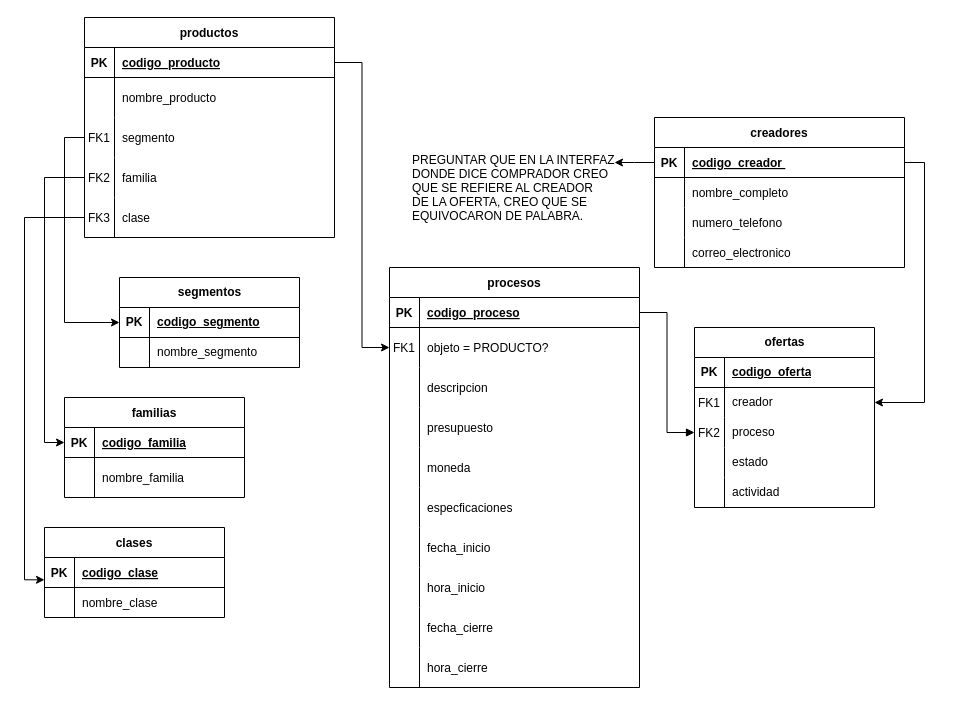
Earlier version of the draw.io diagram Diagrama sin título.drawio (manueld1az/IMC). Source tidied: cells renumbered, new cells numbered last; positions are measured from the earlier drawing's top-left corner, leaving out a move shared by most shapes. Both pictures are drawn from the tidied source at 100%, with x=0, y=0 at pixel (44, 17).
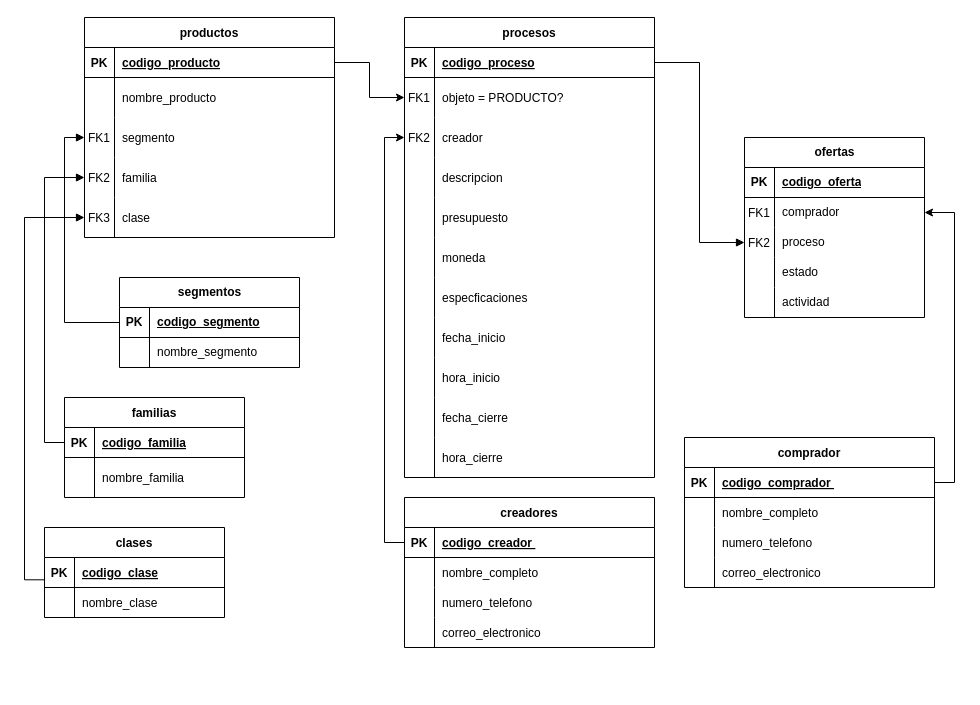
The same diagram, later.

Unchanged cells that the change refers to:
```xml
<mxCell id="34" style="shape=partialRectangle;fillColor=none;points=[[0,0.5],[1,0.5]];portConstraint=eastwest;top=0;left=0;right=0;bottom=1;" parent="33" vertex="1">
  <mxGeometry y="30" width="250" height="30" as="geometry" />
</mxCell>
<mxCell id="53" style="shape=partialRectangle;fillColor=none;points=[[0,0.5],[1,0.5]];portConstraint=eastwest;top=0;left=0;right=0;bottom=0;" parent="46" vertex="1">
  <mxGeometry y="100" width="250" height="40" as="geometry" />
</mxCell>
<mxCell id="56" style="shape=partialRectangle;fillColor=none;points=[[0,0.5],[1,0.5]];portConstraint=eastwest;top=0;left=0;right=0;bottom=0;" parent="46" vertex="1">
  <mxGeometry y="140" width="250" height="40" as="geometry" />
</mxCell>
<mxCell id="59" style="shape=partialRectangle;fillColor=none;points=[[0,0.5],[1,0.5]];portConstraint=eastwest;top=0;left=0;right=0;bottom=0;" parent="46" vertex="1">
  <mxGeometry y="180" width="250" height="40" as="geometry" />
</mxCell>
<mxCell id="63" style="shape=partialRectangle;fillColor=none;points=[[0,0.5],[1,0.5]];portConstraint=eastwest;top=0;left=0;right=0;bottom=1;" parent="62" vertex="1">
  <mxGeometry y="30" width="180" height="30" as="geometry" />
</mxCell>
<mxCell id="70" style="shape=partialRectangle;fillColor=none;points=[[0,0.5],[1,0.5]];portConstraint=eastwest;top=0;left=0;right=0;bottom=1;" parent="69" vertex="1">
  <mxGeometry y="30" width="180" height="30" as="geometry" />
</mxCell>
<mxCell id="85" style="shape=tableRow;horizontal=0;startSize=0;swimlaneHead=0;swimlaneBody=0;fillColor=none;points=[[0,0.5],[1,0.5]];portConstraint=eastwest;top=0;left=0;right=0;bottom=0;" parent="81" vertex="1">
  <mxGeometry y="60" width="180" height="30" as="geometry" />
</mxCell>
<mxCell id="101" style="shape=tableRow;horizontal=0;startSize=0;swimlaneHead=0;swimlaneBody=0;fillColor=none;points=[[0,0.5],[1,0.5]];portConstraint=eastwest;top=0;left=0;right=0;bottom=1;" parent="100" vertex="1">
  <mxGeometry y="30" width="180" height="30" as="geometry" />
</mxCell>
```

Diff of the diagram source:
```diff
@@
     <mxCell id="2" value="procesos" style="shape=table;startSize=30;childLayout=tableLayout;rowLines=0;fontStyle=1;align=center;" parent="1" vertex="1">
-      <mxGeometry x="345" y="250" width="250" height="420" as="geometry" />
+      <mxGeometry x="360" width="250" height="460" as="geometry" />
     </mxCell>
@@
+    <mxCell id="112" style="shape=partialRectangle;fillColor=none;points=[[0,0.5],[1,0.5]];portConstraint=eastwest;top=0;left=0;right=0;bottom=0;" parent="2" vertex="1">
+      <mxGeometry y="100" width="250" height="40" as="geometry" />
+    </mxCell>
+    <mxCell id="113" value="FK2" style="shape=partialRectangle;overflow=hidden;fillColor=none;top=0;left=0;bottom=0;right=0;" parent="112" vertex="1">
+      <mxGeometry width="30" height="40" as="geometry" />
+    </mxCell>
+    <mxCell id="114" value="creador" style="shape=partialRectangle;overflow=hidden;fillColor=none;top=0;left=0;bottom=0;right=0;align=left;spacingLeft=6;" parent="112" vertex="1">
+      <mxGeometry x="30" width="220" height="40" as="geometry" />
+    </mxCell>
     <mxCell id="9" style="shape=partialRectangle;fillColor=none;top=0;left=0;right=0;bottom=0;" parent="2" vertex="1">
-      <mxGeometry y="100" width="250" height="40" as="geometry" />
+      <mxGeometry y="140" width="250" height="40" as="geometry" />
     </mxCell>
@@
     <mxCell id="12" style="shape=partialRectangle;fillColor=none;top=0;left=0;right=0;bottom=0;" parent="2" vertex="1">
-      <mxGeometry y="140" width="250" height="40" as="geometry" />
+      <mxGeometry y="180" width="250" height="40" as="geometry" />
     </mxCell>
@@
     <mxCell id="15" style="shape=partialRectangle;fillColor=none;top=0;left=0;right=0;bottom=0;" parent="2" vertex="1">
-      <mxGeometry y="180" width="250" height="40" as="geometry" />
+      <mxGeometry y="220" width="250" height="40" as="geometry" />
     </mxCell>
@@
     <mxCell id="18" style="shape=partialRectangle;fillColor=none;top=0;left=0;right=0;bottom=0;" parent="2" vertex="1">
-      <mxGeometry y="220" width="250" height="40" as="geometry" />
+      <mxGeometry y="260" width="250" height="40" as="geometry" />
     </mxCell>
@@
     <mxCell id="21" style="shape=partialRectangle;fillColor=none;top=0;left=0;right=0;bottom=0;" parent="2" vertex="1">
-      <mxGeometry y="260" width="250" height="40" as="geometry" />
+      <mxGeometry y="300" width="250" height="40" as="geometry" />
     </mxCell>
@@
     <mxCell id="24" style="shape=partialRectangle;fillColor=none;top=0;left=0;right=0;bottom=0;" parent="2" vertex="1">
-      <mxGeometry y="300" width="250" height="40" as="geometry" />
+      <mxGeometry y="340" width="250" height="40" as="geometry" />
     </mxCell>
@@
     <mxCell id="27" style="shape=partialRectangle;fillColor=none;top=0;left=0;right=0;bottom=0;" parent="2" vertex="1">
-      <mxGeometry y="340" width="250" height="40" as="geometry" />
+      <mxGeometry y="380" width="250" height="40" as="geometry" />
     </mxCell>
@@
     <mxCell id="30" style="shape=partialRectangle;fillColor=none;top=0;left=0;right=0;bottom=0;" parent="2" vertex="1">
-      <mxGeometry y="380" width="250" height="40" as="geometry" />
+      <mxGeometry y="420" width="250" height="40" as="geometry" />
     </mxCell>
@@
     <mxCell id="33" value="creadores" style="shape=table;startSize=30;childLayout=tableLayout;rowLines=0;fontStyle=1;align=center;" parent="1" vertex="1">
-      <mxGeometry x="610" y="100" width="250" height="150" as="geometry" />
+      <mxGeometry x="360" y="480" width="250" height="150" as="geometry" />
     </mxCell>
@@
-    <mxCell id="76" style="edgeStyle=orthogonalEdgeStyle;rounded=0;jettySize=auto;html=1;entryX=1;entryY=0.5;entryDx=0;entryDy=0;" parent="1" edge="1" source="34" target="85">
-      <mxGeometry relative="1" as="geometry" />
-    </mxCell>
-    <mxCell id="77" value="PREGUNTAR QUE EN LA INTERFAZ &#10;DONDE DICE COMPRADOR CREO &#10;QUE SE REFIERE AL CREADOR&#10;DE LA OFERTA, CREO QUE SE &#10;EQUIVOCARON DE PALABRA." style="shape=partialRectangle;overflow=hidden;fillColor=none;top=0;left=0;bottom=0;right=0;align=left;spacingLeft=6;" parent="1" vertex="1">
-      <mxGeometry x="360" y="120" width="220" height="100" as="geometry" />
-    </mxCell>
     <mxCell id="78" style="group;" parent="1" vertex="1">
-      <mxGeometry x="650" y="310" width="180" height="150" as="geometry" />
+      <mxGeometry x="700" y="120" width="180" height="150" as="geometry" />
     </mxCell>
@@
-    <mxCell id="87" value="creador" style="shape=partialRectangle;fillColor=none;top=0;left=0;bottom=0;right=0;align=left;spacingLeft=6;overflow=hidden;whiteSpace=wrap;html=1;" parent="85" vertex="1">
+    <mxCell id="87" value="comprador" style="shape=partialRectangle;fillColor=none;top=0;left=0;bottom=0;right=0;align=left;spacingLeft=6;overflow=hidden;whiteSpace=wrap;html=1;" parent="85" vertex="1">
       <mxGeometry x="30" width="150" height="30" as="geometry" />
     </mxCell>
@@
-    <mxCell id="107" style="edgeStyle=orthogonalEdgeStyle;rounded=0;jettySize=auto;html=1;entryX=0;entryY=0.5;entryDx=0;entryDy=0;" parent="1" edge="1" source="53" target="101">
+    <mxCell id="107" style="edgeStyle=orthogonalEdgeStyle;rounded=0;jettySize=auto;html=1;entryX=0;entryY=0.5;entryDx=0;entryDy=0;startArrow=block;startFill=1;endArrow=none;endFill=0;" parent="1" edge="1" source="53" target="101">
       <mxGeometry relative="1" as="geometry" />
     </mxCell>
-    <mxCell id="108" style="edgeStyle=orthogonalEdgeStyle;rounded=0;jettySize=auto;html=1;entryX=0;entryY=0.5;entryDx=0;entryDy=0;" parent="1" edge="1" source="56" target="70">
+    <mxCell id="108" style="edgeStyle=orthogonalEdgeStyle;rounded=0;jettySize=auto;html=1;entryX=0;entryY=0.5;entryDx=0;entryDy=0;endArrow=none;endFill=0;startArrow=block;startFill=1;" parent="1" edge="1" source="56" target="70">
       <mxGeometry relative="1" as="geometry" />
     </mxCell>
-    <mxCell id="109" style="edgeStyle=orthogonalEdgeStyle;rounded=0;jettySize=auto;html=1;entryX=0;entryY=0.744;entryDx=0;entryDy=0;entryPerimeter=0;" parent="1" edge="1" source="59" target="63">
+    <mxCell id="109" style="edgeStyle=orthogonalEdgeStyle;rounded=0;jettySize=auto;html=1;entryX=0;entryY=0.744;entryDx=0;entryDy=0;entryPerimeter=0;endArrow=none;endFill=0;startArrow=block;startFill=1;" parent="1" edge="1" source="59" target="63">
       <mxGeometry relative="1" as="geometry" />
     </mxCell>
@@
-    <mxCell id="111" style="edgeStyle=orthogonalEdgeStyle;rounded=0;jettySize=auto;html=1;" parent="1" edge="1" source="34">
-      <mxGeometry relative="1" as="geometry">
-        <mxPoint x="570" y="145" as="targetPoint" />
-      </mxGeometry>
-    </mxCell>
+    <mxCell id="115" value="comprador" style="shape=table;startSize=30;childLayout=tableLayout;rowLines=0;fontStyle=1;align=center;" parent="1" vertex="1">
+      <mxGeometry x="640" y="420" width="250" height="150" as="geometry" />
+    </mxCell>
+    <mxCell id="116" style="shape=partialRectangle;fillColor=none;points=[[0,0.5],[1,0.5]];portConstraint=eastwest;top=0;left=0;right=0;bottom=1;" parent="115" vertex="1">
+      <mxGeometry y="30" width="250" height="30" as="geometry" />
+    </mxCell>
+    <mxCell id="117" value="PK" style="shape=partialRectangle;overflow=hidden;fillColor=none;top=0;left=0;bottom=0;right=0;fontStyle=1;" parent="116" vertex="1">
+      <mxGeometry width="30" height="30" as="geometry" />
+    </mxCell>
+    <mxCell id="118" value="codigo_comprador " style="shape=partialRectangle;overflow=hidden;fillColor=none;top=0;left=0;bottom=0;right=0;align=left;spacingLeft=6;fontStyle=5;" parent="116" vertex="1">
+      <mxGeometry x="30" width="220" height="30" as="geometry" />
+    </mxCell>
+    <mxCell id="119" style="shape=partialRectangle;fillColor=none;top=0;left=0;right=0;bottom=0;" parent="115" vertex="1">
+      <mxGeometry y="60" width="250" height="30" as="geometry" />
+    </mxCell>
+    <mxCell id="120" style="shape=partialRectangle;overflow=hidden;fillColor=none;top=0;left=0;bottom=0;right=0;" parent="119" vertex="1">
+      <mxGeometry width="30" height="30" as="geometry" />
+    </mxCell>
+    <mxCell id="121" value="nombre_completo" style="shape=partialRectangle;overflow=hidden;fillColor=none;top=0;left=0;bottom=0;right=0;align=left;spacingLeft=6;" parent="119" vertex="1">
+      <mxGeometry x="30" width="220" height="30" as="geometry" />
+    </mxCell>
+    <mxCell id="122" style="shape=partialRectangle;fillColor=none;top=0;left=0;right=0;bottom=0;" parent="115" vertex="1">
+      <mxGeometry y="90" width="250" height="30" as="geometry" />
+    </mxCell>
+    <mxCell id="123" style="shape=partialRectangle;overflow=hidden;fillColor=none;top=0;left=0;bottom=0;right=0;" parent="122" vertex="1">
+      <mxGeometry width="30" height="30" as="geometry" />
+    </mxCell>
+    <mxCell id="124" value="numero_telefono" style="shape=partialRectangle;overflow=hidden;fillColor=none;top=0;left=0;bottom=0;right=0;align=left;spacingLeft=6;" parent="122" vertex="1">
+      <mxGeometry x="30" width="220" height="30" as="geometry" />
+    </mxCell>
+    <mxCell id="125" style="shape=partialRectangle;fillColor=none;top=0;left=0;right=0;bottom=0;" parent="115" vertex="1">
+      <mxGeometry y="120" width="250" height="30" as="geometry" />
+    </mxCell>
+    <mxCell id="126" style="shape=partialRectangle;overflow=hidden;fillColor=none;top=0;left=0;bottom=0;right=0;" parent="125" vertex="1">
+      <mxGeometry width="30" height="30" as="geometry" />
+    </mxCell>
+    <mxCell id="127" value="correo_electronico" style="shape=partialRectangle;overflow=hidden;fillColor=none;top=0;left=0;bottom=0;right=0;align=left;spacingLeft=6;" parent="125" vertex="1">
+      <mxGeometry x="30" width="220" height="30" as="geometry" />
+    </mxCell>
+    <mxCell id="128" style="edgeStyle=orthogonalEdgeStyle;rounded=0;jettySize=auto;html=1;entryX=1;entryY=0.5;entryDx=0;entryDy=0;" parent="1" edge="1" source="116" target="85">
+      <mxGeometry relative="1" as="geometry" />
+    </mxCell>
+    <mxCell id="129" style="edgeStyle=orthogonalEdgeStyle;rounded=0;jettySize=auto;html=1;entryX=0;entryY=0.5;entryDx=0;entryDy=0;" parent="1" edge="1" source="34" target="112">
+      <mxGeometry relative="1" as="geometry" />
+    </mxCell>
```
